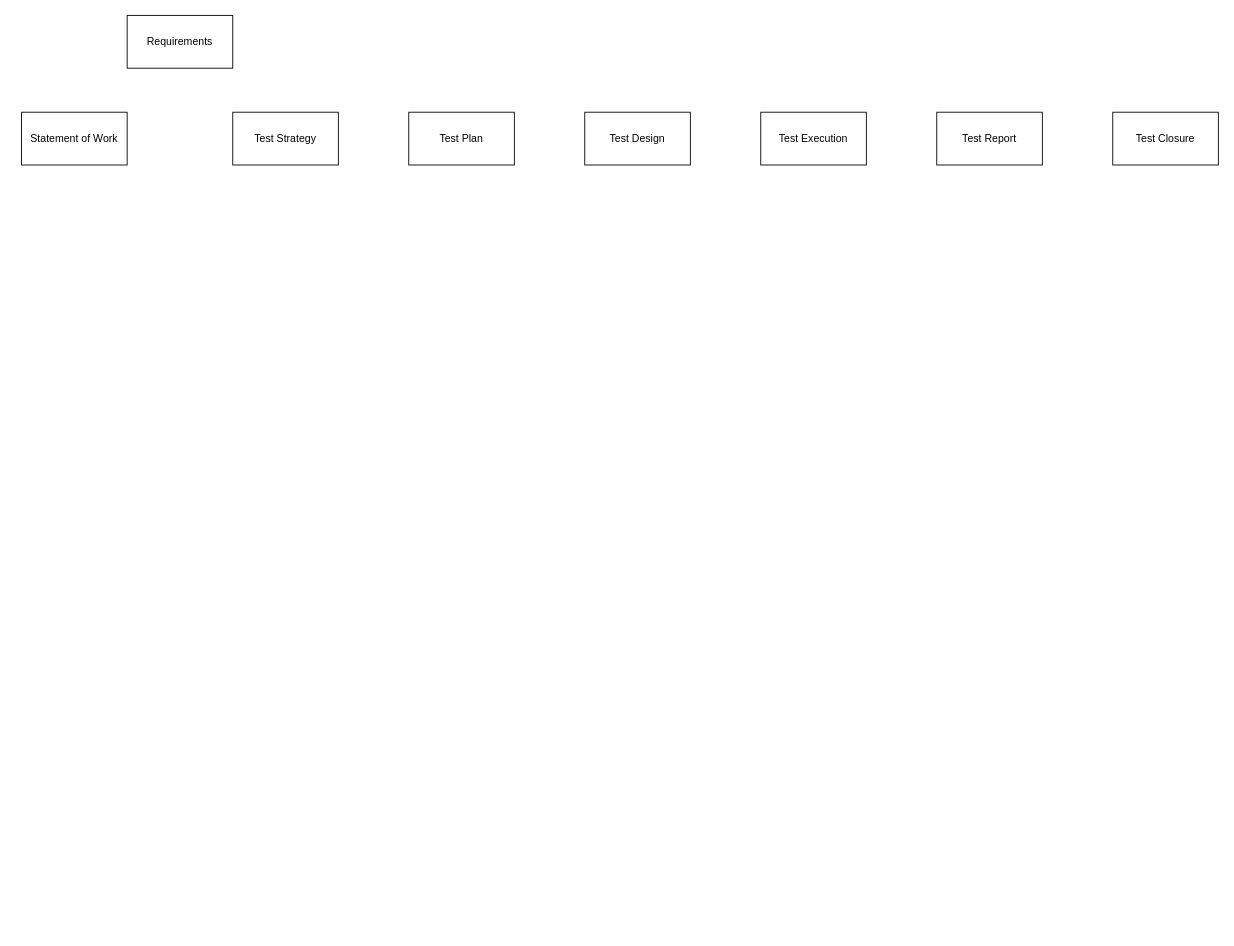
Before: QE Process Mapping .drawio in ilanjaya/TestCOE, a draw.io diagram. Source tidied: cells renumbered, new cells numbered last; positions are measured from the earlier drawing's top-left corner, leaving out a move shared by most shapes. Both pictures are drawn from the tidied source at 88%, with x=0, y=0 at pixel (21, 15).
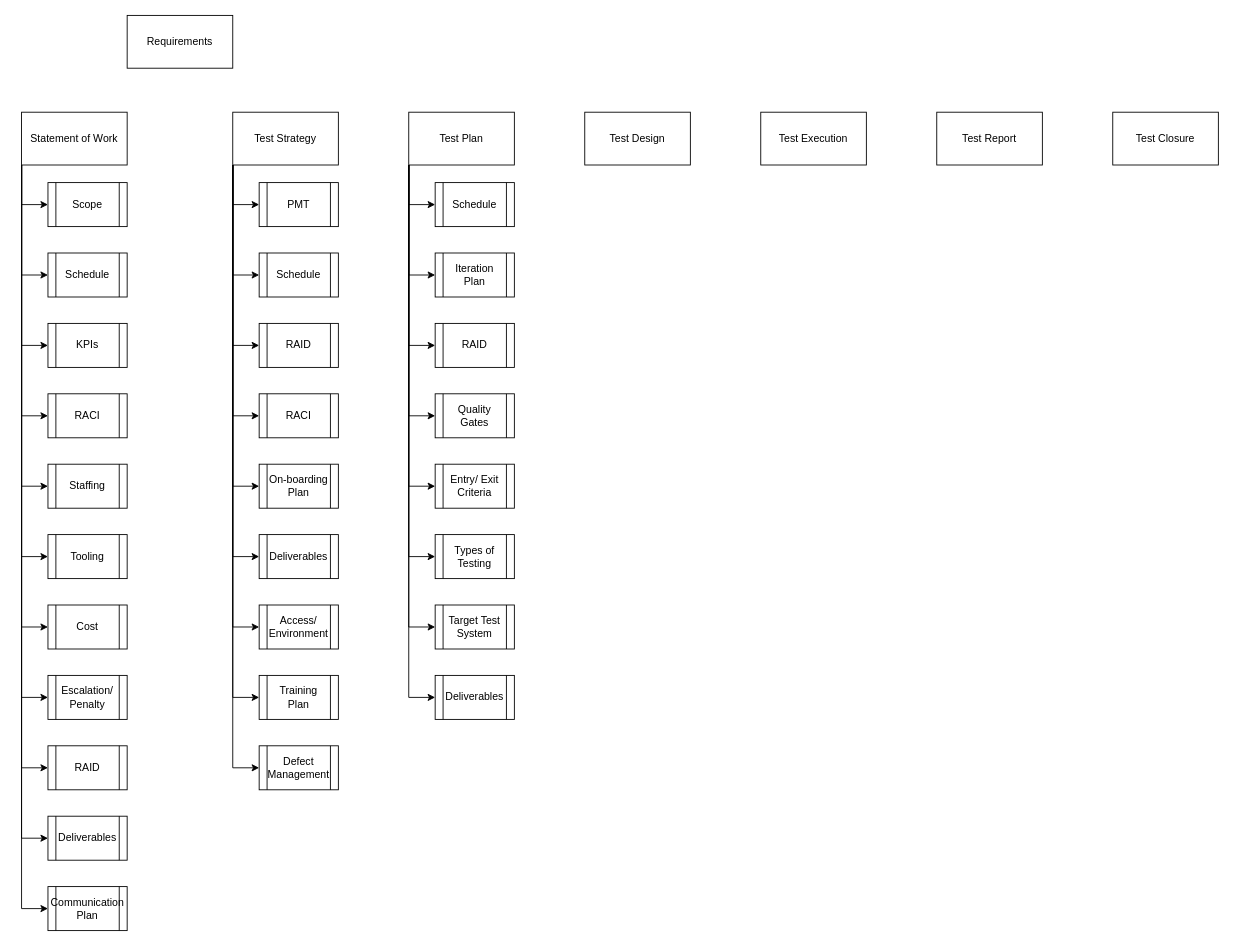
The same diagram, later.

The change refers to these unchanged cells:
```xml
<mxCell id="2" value="Statement of Work" style="rounded=0;whiteSpace=wrap;html=1;" parent="1" vertex="1">
  <mxGeometry y="110" width="120" height="60" as="geometry" />
</mxCell>
<mxCell id="4" value="Test Strategy" style="rounded=0;whiteSpace=wrap;html=1;" parent="1" vertex="1">
  <mxGeometry x="240" y="110" width="120" height="60" as="geometry" />
</mxCell>
<mxCell id="5" value="Test Plan" style="rounded=0;whiteSpace=wrap;html=1;" parent="1" vertex="1">
  <mxGeometry x="440" y="110" width="120" height="60" as="geometry" />
</mxCell>
```

What changed in the source:
```diff
@@
+    <mxCell id="10" style="edgeStyle=orthogonalEdgeStyle;rounded=0;jettySize=auto;html=1;exitX=0;exitY=1;exitDx=0;exitDy=0;entryX=0;entryY=0.5;entryDx=0;entryDy=0;" parent="1" edge="1" source="2" target="38">
+      <mxGeometry relative="1" as="geometry" />
+    </mxCell>
+    <mxCell id="11" style="edgeStyle=orthogonalEdgeStyle;rounded=0;jettySize=auto;html=1;exitX=0;exitY=1;exitDx=0;exitDy=0;entryX=0;entryY=0.5;entryDx=0;entryDy=0;" parent="1" edge="1" source="2" target="39">
+      <mxGeometry relative="1" as="geometry" />
+    </mxCell>
+    <mxCell id="12" style="edgeStyle=orthogonalEdgeStyle;rounded=0;jettySize=auto;html=1;exitX=0;exitY=1;exitDx=0;exitDy=0;entryX=0;entryY=0.5;entryDx=0;entryDy=0;" parent="1" edge="1" source="2" target="40">
+      <mxGeometry relative="1" as="geometry" />
+    </mxCell>
+    <mxCell id="13" style="edgeStyle=orthogonalEdgeStyle;rounded=0;jettySize=auto;html=1;exitX=0;exitY=1;exitDx=0;exitDy=0;entryX=0;entryY=0.5;entryDx=0;entryDy=0;" parent="1" edge="1" source="2" target="48">
+      <mxGeometry relative="1" as="geometry" />
+    </mxCell>
+    <mxCell id="14" style="edgeStyle=orthogonalEdgeStyle;rounded=0;jettySize=auto;html=1;exitX=0;exitY=1;exitDx=0;exitDy=0;entryX=0;entryY=0.5;entryDx=0;entryDy=0;" parent="1" edge="1" source="2" target="47">
+      <mxGeometry relative="1" as="geometry" />
+    </mxCell>
+    <mxCell id="15" style="edgeStyle=orthogonalEdgeStyle;rounded=0;jettySize=auto;html=1;exitX=0;exitY=1;exitDx=0;exitDy=0;entryX=0;entryY=0.5;entryDx=0;entryDy=0;" parent="1" edge="1" source="2" target="46">
+      <mxGeometry relative="1" as="geometry" />
+    </mxCell>
+    <mxCell id="16" style="edgeStyle=orthogonalEdgeStyle;rounded=0;jettySize=auto;html=1;exitX=0;exitY=1;exitDx=0;exitDy=0;entryX=0;entryY=0.5;entryDx=0;entryDy=0;" parent="1" edge="1" source="2" target="45">
+      <mxGeometry relative="1" as="geometry" />
+    </mxCell>
+    <mxCell id="17" style="edgeStyle=orthogonalEdgeStyle;rounded=0;jettySize=auto;html=1;exitX=0;exitY=1;exitDx=0;exitDy=0;entryX=0;entryY=0.5;entryDx=0;entryDy=0;" parent="1" edge="1" source="2" target="44">
+      <mxGeometry relative="1" as="geometry" />
+    </mxCell>
+    <mxCell id="18" style="edgeStyle=orthogonalEdgeStyle;rounded=0;jettySize=auto;html=1;exitX=0;exitY=1;exitDx=0;exitDy=0;entryX=0;entryY=0.5;entryDx=0;entryDy=0;" parent="1" edge="1" source="2" target="43">
+      <mxGeometry relative="1" as="geometry" />
+    </mxCell>
+    <mxCell id="19" style="edgeStyle=orthogonalEdgeStyle;rounded=0;jettySize=auto;html=1;exitX=0;exitY=1;exitDx=0;exitDy=0;entryX=0;entryY=0.5;entryDx=0;entryDy=0;" parent="1" edge="1" source="2" target="42">
+      <mxGeometry relative="1" as="geometry" />
+    </mxCell>
+    <mxCell id="20" style="edgeStyle=orthogonalEdgeStyle;rounded=0;jettySize=auto;html=1;exitX=0;exitY=1;exitDx=0;exitDy=0;entryX=0;entryY=0.5;entryDx=0;entryDy=0;" parent="1" edge="1" source="2" target="41">
+      <mxGeometry relative="1" as="geometry" />
+    </mxCell>
@@
+    <mxCell id="21" style="edgeStyle=orthogonalEdgeStyle;rounded=0;jettySize=auto;html=1;exitX=0;exitY=1;exitDx=0;exitDy=0;entryX=0;entryY=0.5;entryDx=0;entryDy=0;" parent="1" edge="1" source="4" target="57">
+      <mxGeometry relative="1" as="geometry" />
+    </mxCell>
+    <mxCell id="22" style="edgeStyle=orthogonalEdgeStyle;rounded=0;jettySize=auto;html=1;exitX=0;exitY=1;exitDx=0;exitDy=0;entryX=0;entryY=0.5;entryDx=0;entryDy=0;" parent="1" edge="1" source="4" target="56">
+      <mxGeometry relative="1" as="geometry" />
+    </mxCell>
+    <mxCell id="23" style="edgeStyle=orthogonalEdgeStyle;rounded=0;jettySize=auto;html=1;exitX=0;exitY=1;exitDx=0;exitDy=0;entryX=0;entryY=0.5;entryDx=0;entryDy=0;" parent="1" edge="1" source="4" target="55">
+      <mxGeometry relative="1" as="geometry" />
+    </mxCell>
+    <mxCell id="24" style="edgeStyle=orthogonalEdgeStyle;rounded=0;jettySize=auto;html=1;exitX=0;exitY=1;exitDx=0;exitDy=0;entryX=0;entryY=0.5;entryDx=0;entryDy=0;" parent="1" edge="1" source="4" target="54">
+      <mxGeometry relative="1" as="geometry" />
+    </mxCell>
+    <mxCell id="25" style="edgeStyle=orthogonalEdgeStyle;rounded=0;jettySize=auto;html=1;exitX=0;exitY=1;exitDx=0;exitDy=0;entryX=0;entryY=0.5;entryDx=0;entryDy=0;" parent="1" edge="1" source="4" target="53">
+      <mxGeometry relative="1" as="geometry" />
+    </mxCell>
+    <mxCell id="26" style="edgeStyle=orthogonalEdgeStyle;rounded=0;jettySize=auto;html=1;exitX=0;exitY=1;exitDx=0;exitDy=0;entryX=0;entryY=0.5;entryDx=0;entryDy=0;" parent="1" edge="1" source="4" target="52">
+      <mxGeometry relative="1" as="geometry" />
+    </mxCell>
+    <mxCell id="27" style="edgeStyle=orthogonalEdgeStyle;rounded=0;jettySize=auto;html=1;exitX=0;exitY=1;exitDx=0;exitDy=0;entryX=0;entryY=0.5;entryDx=0;entryDy=0;" parent="1" edge="1" source="4" target="51">
+      <mxGeometry relative="1" as="geometry" />
+    </mxCell>
+    <mxCell id="28" style="edgeStyle=orthogonalEdgeStyle;rounded=0;jettySize=auto;html=1;exitX=0;exitY=1;exitDx=0;exitDy=0;entryX=0;entryY=0.5;entryDx=0;entryDy=0;" parent="1" edge="1" source="4" target="50">
+      <mxGeometry relative="1" as="geometry" />
+    </mxCell>
+    <mxCell id="29" style="edgeStyle=orthogonalEdgeStyle;rounded=0;jettySize=auto;html=1;exitX=0;exitY=1;exitDx=0;exitDy=0;entryX=0;entryY=0.5;entryDx=0;entryDy=0;" parent="1" edge="1" source="4" target="49">
+      <mxGeometry relative="1" as="geometry" />
+    </mxCell>
@@
+    <mxCell id="30" style="edgeStyle=orthogonalEdgeStyle;rounded=0;jettySize=auto;html=1;exitX=0;exitY=1;exitDx=0;exitDy=0;entryX=0;entryY=0.5;entryDx=0;entryDy=0;" parent="1" edge="1" source="5" target="65">
+      <mxGeometry relative="1" as="geometry" />
+    </mxCell>
+    <mxCell id="31" style="edgeStyle=orthogonalEdgeStyle;rounded=0;jettySize=auto;html=1;exitX=0;exitY=1;exitDx=0;exitDy=0;entryX=0;entryY=0.5;entryDx=0;entryDy=0;" parent="1" edge="1" source="5" target="64">
+      <mxGeometry relative="1" as="geometry" />
+    </mxCell>
+    <mxCell id="32" style="edgeStyle=orthogonalEdgeStyle;rounded=0;jettySize=auto;html=1;exitX=0;exitY=1;exitDx=0;exitDy=0;entryX=0;entryY=0.5;entryDx=0;entryDy=0;" parent="1" edge="1" source="5" target="63">
+      <mxGeometry relative="1" as="geometry" />
+    </mxCell>
+    <mxCell id="33" style="edgeStyle=orthogonalEdgeStyle;rounded=0;jettySize=auto;html=1;exitX=0;exitY=1;exitDx=0;exitDy=0;entryX=0;entryY=0.5;entryDx=0;entryDy=0;" parent="1" edge="1" source="5" target="62">
+      <mxGeometry relative="1" as="geometry" />
+    </mxCell>
+    <mxCell id="34" style="edgeStyle=orthogonalEdgeStyle;rounded=0;jettySize=auto;html=1;exitX=0;exitY=1;exitDx=0;exitDy=0;entryX=0;entryY=0.5;entryDx=0;entryDy=0;" parent="1" edge="1" source="5" target="61">
+      <mxGeometry relative="1" as="geometry" />
+    </mxCell>
+    <mxCell id="35" style="edgeStyle=orthogonalEdgeStyle;rounded=0;jettySize=auto;html=1;exitX=0;exitY=1;exitDx=0;exitDy=0;entryX=0;entryY=0.5;entryDx=0;entryDy=0;" parent="1" edge="1" source="5" target="60">
+      <mxGeometry relative="1" as="geometry" />
+    </mxCell>
+    <mxCell id="36" style="edgeStyle=orthogonalEdgeStyle;rounded=0;jettySize=auto;html=1;exitX=0;exitY=1;exitDx=0;exitDy=0;entryX=0;entryY=0.5;entryDx=0;entryDy=0;" parent="1" edge="1" source="5" target="59">
+      <mxGeometry relative="1" as="geometry" />
+    </mxCell>
+    <mxCell id="37" style="edgeStyle=orthogonalEdgeStyle;rounded=0;jettySize=auto;html=1;exitX=0;exitY=1;exitDx=0;exitDy=0;entryX=0;entryY=0.5;entryDx=0;entryDy=0;" parent="1" edge="1" source="5" target="58">
+      <mxGeometry relative="1" as="geometry" />
+    </mxCell>
@@
+    <mxCell id="38" value="Scope" style="shape=process;whiteSpace=wrap;html=1;backgroundOutline=1;" parent="1" vertex="1">
+      <mxGeometry x="30" y="190" width="90" height="50" as="geometry" />
+    </mxCell>
+    <mxCell id="39" value="Schedule" style="shape=process;whiteSpace=wrap;html=1;backgroundOutline=1;" parent="1" vertex="1">
+      <mxGeometry x="30" y="270" width="90" height="50" as="geometry" />
+    </mxCell>
+    <mxCell id="40" value="KPIs" style="shape=process;whiteSpace=wrap;html=1;backgroundOutline=1;" parent="1" vertex="1">
+      <mxGeometry x="30" y="350" width="90" height="50" as="geometry" />
+    </mxCell>
+    <mxCell id="41" value="RACI" style="shape=process;whiteSpace=wrap;html=1;backgroundOutline=1;" parent="1" vertex="1">
+      <mxGeometry x="30" y="430" width="90" height="50" as="geometry" />
+    </mxCell>
+    <mxCell id="42" value="Staffing" style="shape=process;whiteSpace=wrap;html=1;backgroundOutline=1;" parent="1" vertex="1">
+      <mxGeometry x="30" y="510" width="90" height="50" as="geometry" />
+    </mxCell>
+    <mxCell id="43" value="Tooling" style="shape=process;whiteSpace=wrap;html=1;backgroundOutline=1;" parent="1" vertex="1">
+      <mxGeometry x="30" y="590" width="90" height="50" as="geometry" />
+    </mxCell>
+    <mxCell id="44" value="Cost" style="shape=process;whiteSpace=wrap;html=1;backgroundOutline=1;" parent="1" vertex="1">
+      <mxGeometry x="30" y="670" width="90" height="50" as="geometry" />
+    </mxCell>
+    <mxCell id="45" value="Escalation/ Penalty" style="shape=process;whiteSpace=wrap;html=1;backgroundOutline=1;" parent="1" vertex="1">
+      <mxGeometry x="30" y="750" width="90" height="50" as="geometry" />
+    </mxCell>
+    <mxCell id="46" value="RAID" style="shape=process;whiteSpace=wrap;html=1;backgroundOutline=1;" parent="1" vertex="1">
+      <mxGeometry x="30" y="830" width="90" height="50" as="geometry" />
+    </mxCell>
+    <mxCell id="47" value="Deliverables" style="shape=process;whiteSpace=wrap;html=1;backgroundOutline=1;" parent="1" vertex="1">
+      <mxGeometry x="30" y="910" width="90" height="50" as="geometry" />
+    </mxCell>
+    <mxCell id="48" value="Communication Plan" style="shape=process;whiteSpace=wrap;html=1;backgroundOutline=1;" parent="1" vertex="1">
+      <mxGeometry x="30" y="990" width="90" height="50" as="geometry" />
+    </mxCell>
+    <mxCell id="49" value="PMT" style="shape=process;whiteSpace=wrap;html=1;backgroundOutline=1;" parent="1" vertex="1">
+      <mxGeometry x="270" y="190" width="90" height="50" as="geometry" />
+    </mxCell>
+    <mxCell id="50" value="Schedule" style="shape=process;whiteSpace=wrap;html=1;backgroundOutline=1;" parent="1" vertex="1">
+      <mxGeometry x="270" y="270" width="90" height="50" as="geometry" />
+    </mxCell>
+    <mxCell id="51" value="RAID" style="shape=process;whiteSpace=wrap;html=1;backgroundOutline=1;" parent="1" vertex="1">
+      <mxGeometry x="270" y="350" width="90" height="50" as="geometry" />
+    </mxCell>
+    <mxCell id="52" value="RACI" style="shape=process;whiteSpace=wrap;html=1;backgroundOutline=1;" parent="1" vertex="1">
+      <mxGeometry x="270" y="430" width="90" height="50" as="geometry" />
+    </mxCell>
+    <mxCell id="53" value="On-boarding Plan" style="shape=process;whiteSpace=wrap;html=1;backgroundOutline=1;" parent="1" vertex="1">
+      <mxGeometry x="270" y="510" width="90" height="50" as="geometry" />
+    </mxCell>
+    <mxCell id="54" value="Deliverables" style="shape=process;whiteSpace=wrap;html=1;backgroundOutline=1;" parent="1" vertex="1">
+      <mxGeometry x="270" y="590" width="90" height="50" as="geometry" />
+    </mxCell>
+    <mxCell id="55" value="Access/ Environment" style="shape=process;whiteSpace=wrap;html=1;backgroundOutline=1;" parent="1" vertex="1">
+      <mxGeometry x="270" y="670" width="90" height="50" as="geometry" />
+    </mxCell>
+    <mxCell id="56" value="Training Plan" style="shape=process;whiteSpace=wrap;html=1;backgroundOutline=1;" parent="1" vertex="1">
+      <mxGeometry x="270" y="750" width="90" height="50" as="geometry" />
+    </mxCell>
+    <mxCell id="57" value="Defect Management" style="shape=process;whiteSpace=wrap;html=1;backgroundOutline=1;" parent="1" vertex="1">
+      <mxGeometry x="270" y="830" width="90" height="50" as="geometry" />
+    </mxCell>
+    <mxCell id="58" value="Schedule" style="shape=process;whiteSpace=wrap;html=1;backgroundOutline=1;" parent="1" vertex="1">
+      <mxGeometry x="470" y="190" width="90" height="50" as="geometry" />
+    </mxCell>
+    <mxCell id="59" value="Iteration Plan" style="shape=process;whiteSpace=wrap;html=1;backgroundOutline=1;" parent="1" vertex="1">
+      <mxGeometry x="470" y="270" width="90" height="50" as="geometry" />
+    </mxCell>
+    <mxCell id="60" value="RAID" style="shape=process;whiteSpace=wrap;html=1;backgroundOutline=1;" parent="1" vertex="1">
+      <mxGeometry x="470" y="350" width="90" height="50" as="geometry" />
+    </mxCell>
+    <mxCell id="61" value="Quality Gates" style="shape=process;whiteSpace=wrap;html=1;backgroundOutline=1;" parent="1" vertex="1">
+      <mxGeometry x="470" y="430" width="90" height="50" as="geometry" />
+    </mxCell>
+    <mxCell id="62" value="Entry/ Exit Criteria" style="shape=process;whiteSpace=wrap;html=1;backgroundOutline=1;" parent="1" vertex="1">
+      <mxGeometry x="470" y="510" width="90" height="50" as="geometry" />
+    </mxCell>
+    <mxCell id="63" value="Types of Testing" style="shape=process;whiteSpace=wrap;html=1;backgroundOutline=1;" parent="1" vertex="1">
+      <mxGeometry x="470" y="590" width="90" height="50" as="geometry" />
+    </mxCell>
+    <mxCell id="64" value="Target Test System" style="shape=process;whiteSpace=wrap;html=1;backgroundOutline=1;" parent="1" vertex="1">
+      <mxGeometry x="470" y="670" width="90" height="50" as="geometry" />
+    </mxCell>
+    <mxCell id="65" value="Deliverables" style="shape=process;whiteSpace=wrap;html=1;backgroundOutline=1;" parent="1" vertex="1">
+      <mxGeometry x="470" y="750" width="90" height="50" as="geometry" />
+    </mxCell>
```
